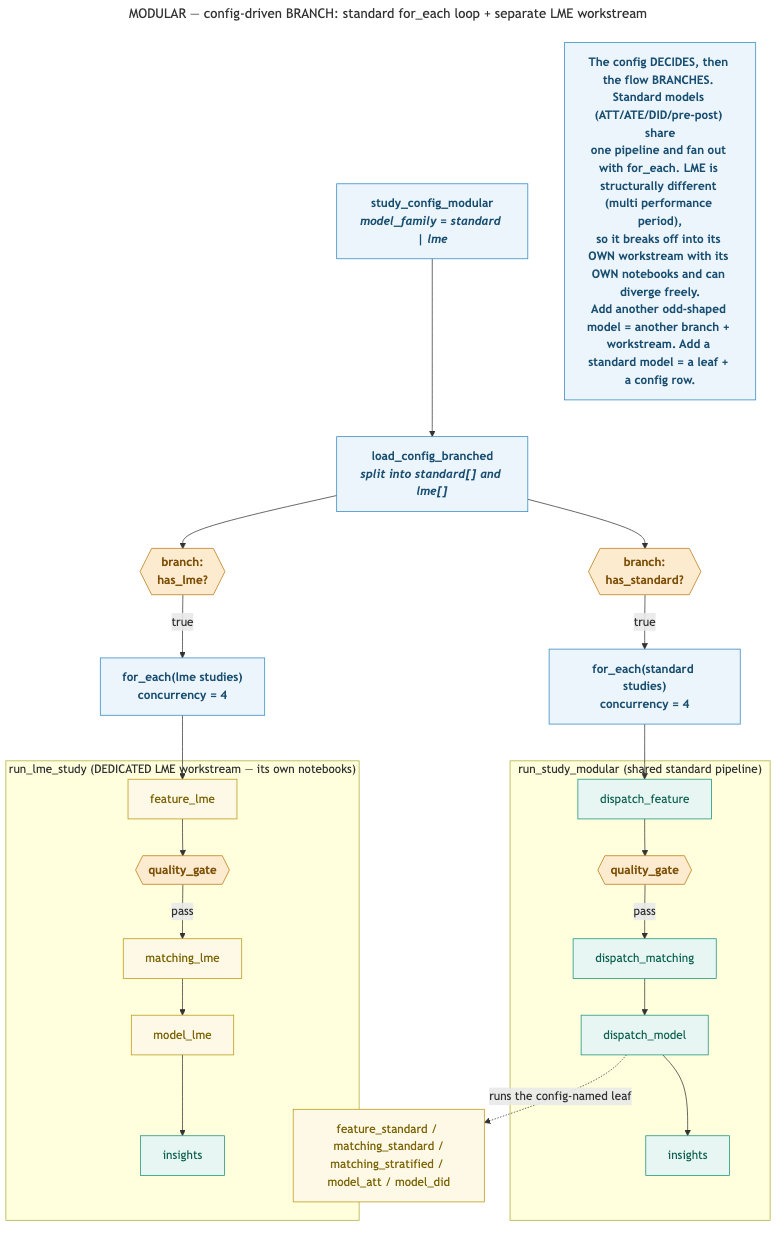
Earlier version of the Mermaid export docs/modular.png (kiara-koeppen/hcsc-eval-engine-dabs). Its source is kept beside it as docs/modular.mmd.
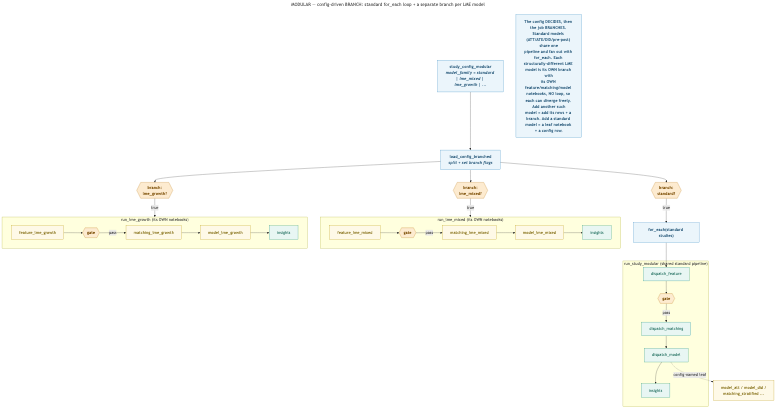
Later version of the same file.

Diff of the diagram source:
```diff
@@ -1,5 +1,5 @@
 ---
-title: "MODULAR — config-driven BRANCH: standard for_each loop + separate LME workstream"
+title: "MODULAR — config-driven BRANCH: standard for_each loop + a separate branch per LME model"
 ---
 flowchart TD
   classDef cond fill:#FDEBD0,stroke:#B9770E,color:#7E5109,font-weight:bold;
@@ -7,25 +7,34 @@
   classDef leaf fill:#FEF9E7,stroke:#B7950B,color:#7D6608;
   classDef ctrl fill:#EBF5FB,stroke:#2E86C1,color:#1B4F72,font-weight:bold;
 
-  CFG["study_config_modular<br/><i>model_family = standard | lme</i>"]:::ctrl --> LC
-  LC["load_config_branched<br/><i>split into standard[] and lme[]</i>"]:::ctrl --> BS{{"branch:<br/>has_standard?"}}:::cond
-  LC --> BL{{"branch:<br/>has_lme?"}}:::cond
+  CFG["study_config_modular<br/><i>model_family = standard | lme_mixed | lme_growth | ...</i>"]:::ctrl --> LC
+  LC["load_config_branched<br/><i>split + set branch flags</i>"]:::ctrl
 
-  BS -->|true| FES["for_each(standard studies)<br/>concurrency = 4"]:::ctrl
+  LC --> BS{{"branch:<br/>standard?"}}:::cond
+  LC --> BM{{"branch:<br/>lme_mixed?"}}:::cond
+  LC --> BG{{"branch:<br/>lme_growth?"}}:::cond
+
+  BS -->|true| FES["for_each(standard studies)"]:::ctrl
   subgraph RS["run_study_modular  (shared standard pipeline)"]
     direction LR
-    F["dispatch_feature"]:::nb --> Q{{"quality_gate"}}:::cond
+    F["dispatch_feature"]:::nb --> Q{{"gate"}}:::cond
     Q -->|pass| M["dispatch_matching"]:::nb --> MD["dispatch_model"]:::nb --> I["insights"]:::nb
   end
   FES --> F
-  MD -. "runs the config-named leaf" .-> SL["feature_standard / matching_standard /<br/>matching_stratified / model_att / model_did"]:::leaf
+  MD -. "config-named leaf" .-> SL["model_att / model_did /<br/>matching_stratified ..."]:::leaf
 
-  BL -->|true| FEL["for_each(lme studies)<br/>concurrency = 4"]:::ctrl
-  subgraph RL["run_lme_study  (DEDICATED LME workstream — its own notebooks)"]
+  BM -->|true| RM
+  subgraph RM["run_lme_mixed  (its OWN notebooks)"]
     direction LR
-    LF["feature_lme"]:::leaf --> LQ{{"quality_gate"}}:::cond
-    LQ -->|pass| LM["matching_lme"]:::leaf --> LMD["model_lme"]:::leaf --> LI["insights"]:::nb
+    F1["feature_lme_mixed"]:::leaf --> Q1{{"gate"}}:::cond
+    Q1 -->|pass| M1["matching_lme_mixed"]:::leaf --> D1["model_lme_mixed"]:::leaf --> I1["insights"]:::nb
   end
-  FEL --> LF
 
-  N["The config DECIDES, then the flow BRANCHES. Standard models (ATT/ATE/DID/pre-post) share<br/>one pipeline and fan out with for_each. LME is structurally different (multi performance period),<br/>so it breaks off into its OWN workstream with its OWN notebooks and can diverge freely.<br/>Add another odd-shaped model = another branch + workstream. Add a standard model = a leaf + a config row."]:::ctrl
+  BG -->|true| RG
+  subgraph RG["run_lme_growth  (its OWN notebooks)"]
+    direction LR
+    F2["feature_lme_growth"]:::leaf --> Q2{{"gate"}}:::cond
+    Q2 -->|pass| M2["matching_lme_growth"]:::leaf --> D2["model_lme_growth"]:::leaf --> I2["insights"]:::nb
+  end
+
+  N["The config DECIDES, then the job BRANCHES. Standard models (ATT/ATE/DID/pre-post) share one<br/>pipeline and fan out with for_each. Each structurally-different LME model is its OWN branch with<br/>its OWN feature/matching/model notebooks, NO loop, so each can diverge freely. Add another such<br/>model = add its rows + a branch. Add a standard model = a leaf notebook + a config row."]:::ctrl
```
